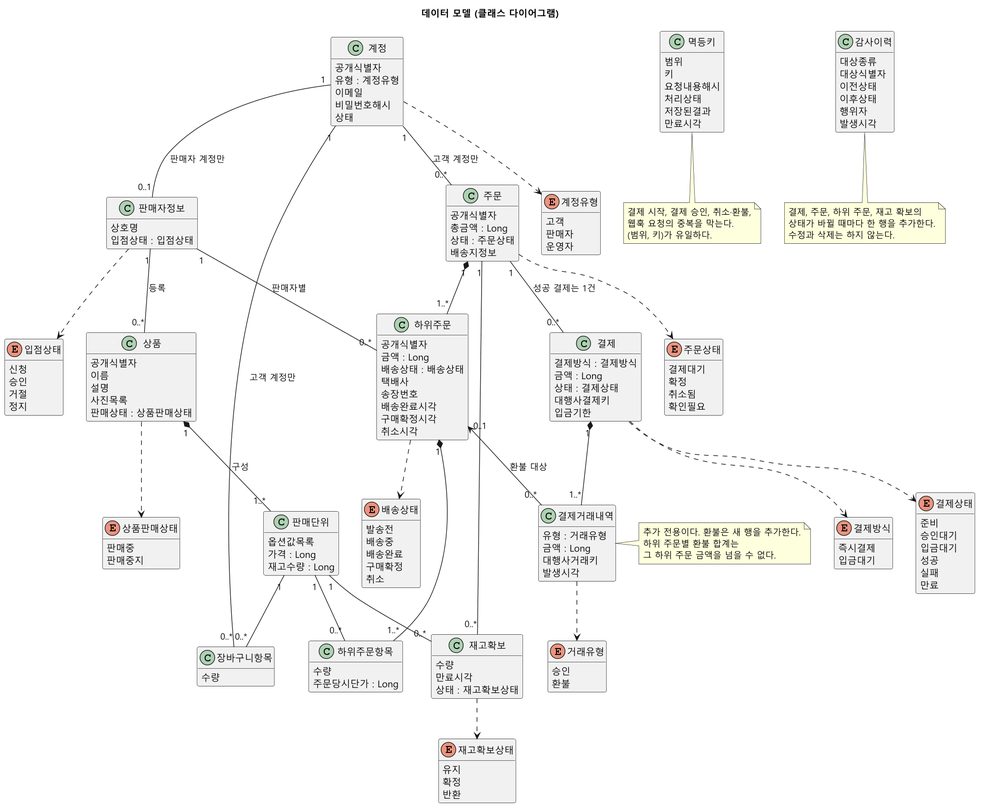
parknahyun/shopflow keeps this PlantUML diagram as specs/001-multiseller-commerce-core/diagrams/data-model-class.png. Above is the earlier version. Its diagram source:
```plantuml
@startuml
skinparam defaultFontName "Malgun Gothic"
skinparam dpi 130
title 데이터 모델 (클래스 다이어그램)

skinparam shadowing false
skinparam classAttributeIconSize 0
hide empty methods

  class 계정 {
    공개식별자
    유형 : 계정유형
    이메일
    비밀번호해시
    상태
  }
  class 판매자정보 {
    상호명
    입점상태 : 입점상태
  }

  class 상품 {
    공개식별자
    이름
    설명
    사진목록
    판매상태 : 상품판매상태
  }
  class 판매단위 {
    옵션값목록
    가격 : Long
    재고수량 : Long
  }

  class 장바구니항목 {
    수량
  }
  class 주문 {
    공개식별자
    총금액 : Long
    상태 : 주문상태
    배송지정보
  }
  class 하위주문 {
    공개식별자
    금액 : Long
    배송상태 : 배송상태
    택배사
    송장번호
    배송완료시각
    구매확정시각
    취소시각
  }
  class 하위주문항목 {
    수량
    주문당시단가 : Long
  }
  class 재고확보 {
    수량
    만료시각
    상태 : 재고확보상태
  }

  class 결제 {
    결제방식 : 결제방식
    금액 : Long
    상태 : 결제상태
    대행사결제키
    입금기한
  }
  class 결제거래내역 {
    유형 : 거래유형
    금액 : Long
    대행사거래키
    발생시각
  }
  class 멱등키 {
    범위
    키
    요청내용해시
    처리상태
    저장된결과
    만료시각
  }
  class 감사이력 {
    대상종류
    대상식별자
    이전상태
    이후상태
    행위자
    발생시각
  }

  enum 계정유형 {
    고객
    판매자
    운영자
  }
  enum 입점상태 {
    신청
    승인
    거절
    정지
  }
  enum 상품판매상태 {
    판매중
    판매중지
  }
  enum 주문상태 {
    결제대기
    확정
    취소됨
    확인필요
  }
  enum 배송상태 {
    발송전
    배송중
    배송완료
    구매확정
    취소
  }
  enum 재고확보상태 {
    유지
    확정
    반환
  }
  enum 결제방식 {
    즉시결제
    입금대기
  }
  enum 결제상태 {
    준비
    승인대기
    입금대기
    성공
    실패
    만료
  }
  enum 거래유형 {
    승인
    환불
  }

계정 ..> 계정유형
판매자정보 ..> 입점상태
상품 ..> 상품판매상태
주문 ..> 주문상태
하위주문 ..> 배송상태
재고확보 ..> 재고확보상태
결제 ..> 결제방식
결제 ..> 결제상태
결제거래내역 ..> 거래유형

계정 "1" -- "0..1" 판매자정보 : 판매자 계정만
판매자정보 "1" -- "0..*" 상품 : 등록
상품 "1" *-- "1..*" 판매단위 : 구성
계정 "1" -- "0..*" 장바구니항목 : 고객 계정만
판매단위 "1" -- "0..*" 장바구니항목
계정 "1" -- "0..*" 주문 : 고객 계정만
주문 "1" *-- "1..*" 하위주문
판매자정보 "1" -- "0..*" 하위주문 : 판매자별
하위주문 "1" *-- "1..*" 하위주문항목
판매단위 "1" -- "0..*" 하위주문항목
주문 "1" -- "0..*" 재고확보
판매단위 "1" -- "0..*" 재고확보
주문 "1" -- "0..*" 결제 : 성공 결제는 1건
결제 "1" *-- "1..*" 결제거래내역
하위주문 "0..1" <-- "0..*" 결제거래내역 : 환불 대상

note bottom of 멱등키
  결제 시작, 결제 승인, 취소·환불,
  웹훅 요청의 중복을 막는다.
  (범위, 키)가 유일하다.
end note

note bottom of 감사이력
  결제, 주문, 하위 주문, 재고 확보의
  상태가 바뀔 때마다 한 행을 추가한다.
  수정과 삭제는 하지 않는다.
end note

note right of 결제거래내역
  추가 전용이다. 환불은 새 행을 추가한다.
  하위 주문별 환불 합계는
  그 하위 주문 금액을 넘을 수 없다.
end note
@enduml
```
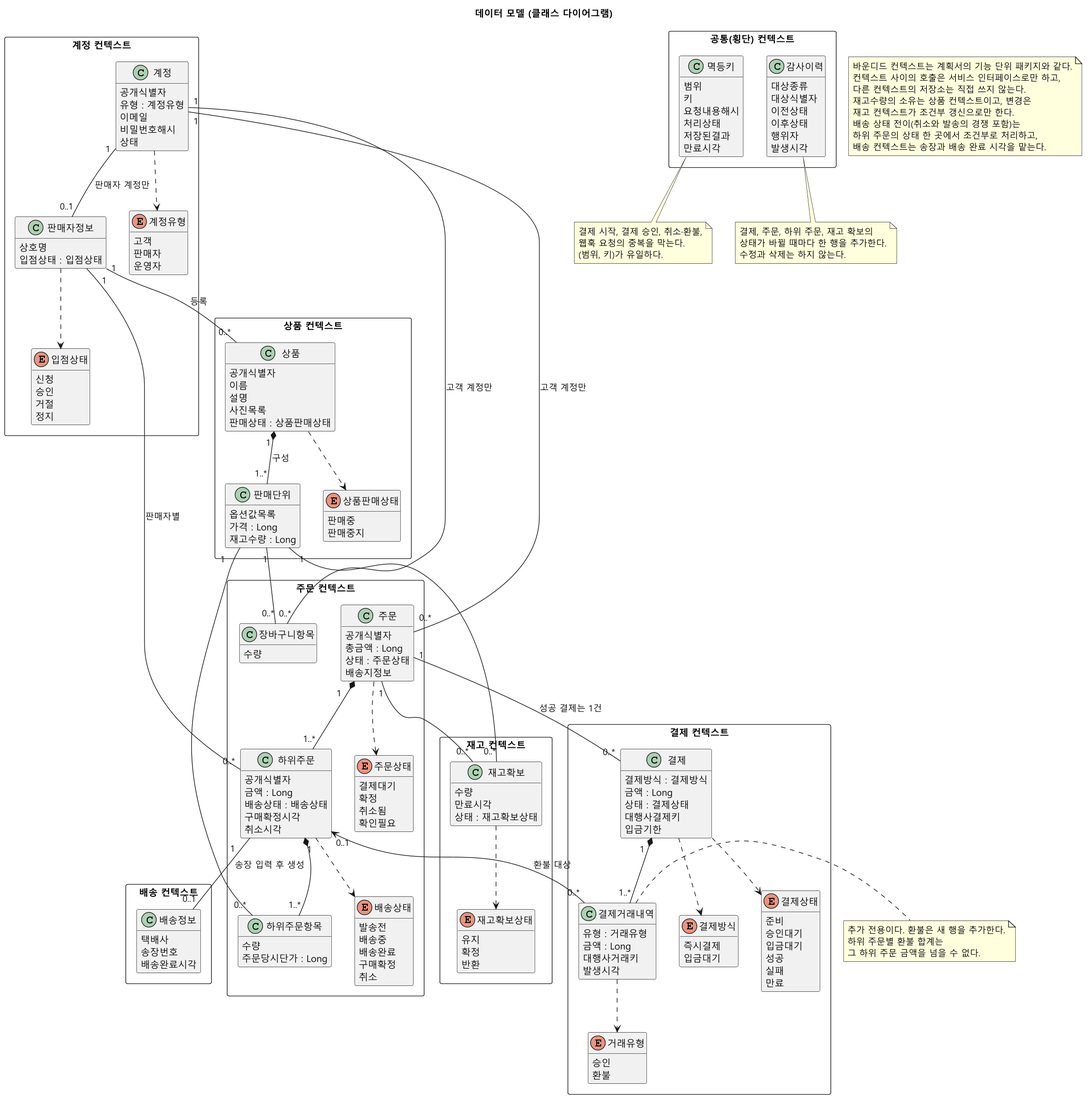
The same diagram one commit later.

Commit message:
docs: 데이터 모델과 계획서를 바운디드 컨텍스트 분할에 맞춤

The edit, as a diff of the source:
```diff
@@ -7,139 +7,162 @@
 skinparam classAttributeIconSize 0
 hide empty methods
 
-  class 계정 {
-    공개식별자
-    유형 : 계정유형
-    이메일
-    비밀번호해시
-    상태
-  }
-  class 판매자정보 {
-    상호명
-    입점상태 : 입점상태
-  }
 
-  class 상품 {
-    공개식별자
-    이름
-    설명
-    사진목록
-    판매상태 : 상품판매상태
-  }
-  class 판매단위 {
-    옵션값목록
-    가격 : Long
-    재고수량 : Long
-  }
 
-  class 장바구니항목 {
-    수량
-  }
-  class 주문 {
-    공개식별자
-    총금액 : Long
-    상태 : 주문상태
-    배송지정보
-  }
-  class 하위주문 {
-    공개식별자
-    금액 : Long
-    배송상태 : 배송상태
-    택배사
-    송장번호
-    배송완료시각
-    구매확정시각
-    취소시각
-  }
-  class 하위주문항목 {
-    수량
-    주문당시단가 : Long
-  }
-  class 재고확보 {
-    수량
-    만료시각
-    상태 : 재고확보상태
-  }
 
-  class 결제 {
-    결제방식 : 결제방식
-    금액 : Long
-    상태 : 결제상태
-    대행사결제키
-    입금기한
-  }
-  class 결제거래내역 {
-    유형 : 거래유형
-    금액 : Long
-    대행사거래키
-    발생시각
-  }
-  class 멱등키 {
-    범위
-    키
-    요청내용해시
-    처리상태
-    저장된결과
-    만료시각
-  }
-  class 감사이력 {
-    대상종류
-    대상식별자
-    이전상태
-    이후상태
-    행위자
-    발생시각
-  }
 
-  enum 계정유형 {
-    고객
-    판매자
-    운영자
-  }
-  enum 입점상태 {
-    신청
-    승인
-    거절
-    정지
-  }
-  enum 상품판매상태 {
-    판매중
-    판매중지
-  }
-  enum 주문상태 {
-    결제대기
-    확정
-    취소됨
-    확인필요
-  }
-  enum 배송상태 {
-    발송전
-    배송중
-    배송완료
-    구매확정
-    취소
-  }
-  enum 재고확보상태 {
-    유지
-    확정
-    반환
-  }
-  enum 결제방식 {
-    즉시결제
-    입금대기
-  }
-  enum 결제상태 {
-    준비
-    승인대기
-    입금대기
-    성공
-    실패
-    만료
-  }
-  enum 거래유형 {
-    승인
-    환불
-  }
+
+rectangle "계정 컨텍스트" {
+    class 계정 {
+      공개식별자
+      유형 : 계정유형
+      이메일
+      비밀번호해시
+      상태
+    }
+    class 판매자정보 {
+      상호명
+      입점상태 : 입점상태
+    }
+    enum 계정유형 {
+      고객
+      판매자
+      운영자
+    }
+    enum 입점상태 {
+      신청
+      승인
+      거절
+      정지
+    }
+}
+
+rectangle "상품 컨텍스트" {
+    class 상품 {
+      공개식별자
+      이름
+      설명
+      사진목록
+      판매상태 : 상품판매상태
+    }
+    class 판매단위 {
+      옵션값목록
+      가격 : Long
+      재고수량 : Long
+    }
+    enum 상품판매상태 {
+      판매중
+      판매중지
+    }
+}
+
+rectangle "재고 컨텍스트" {
+    class 재고확보 {
+      수량
+      만료시각
+      상태 : 재고확보상태
+    }
+    enum 재고확보상태 {
+      유지
+      확정
+      반환
+    }
+}
+
+rectangle "주문 컨텍스트" {
+    class 장바구니항목 {
+      수량
+    }
+    class 주문 {
+      공개식별자
+      총금액 : Long
+      상태 : 주문상태
+      배송지정보
+    }
+    class 하위주문 {
+      공개식별자
+      금액 : Long
+      배송상태 : 배송상태
+      구매확정시각
+      취소시각
+    }
+    class 하위주문항목 {
+      수량
+      주문당시단가 : Long
+    }
+    enum 주문상태 {
+      결제대기
+      확정
+      취소됨
+      확인필요
+    }
+    enum 배송상태 {
+      발송전
+      배송중
+      배송완료
+      구매확정
+      취소
+    }
+}
+
+rectangle "배송 컨텍스트" {
+    class 배송정보 {
+      택배사
+      송장번호
+      배송완료시각
+    }
+}
+rectangle "결제 컨텍스트" {
+    class 결제 {
+      결제방식 : 결제방식
+      금액 : Long
+      상태 : 결제상태
+      대행사결제키
+      입금기한
+    }
+    class 결제거래내역 {
+      유형 : 거래유형
+      금액 : Long
+      대행사거래키
+      발생시각
+    }
+    enum 결제방식 {
+      즉시결제
+      입금대기
+    }
+    enum 결제상태 {
+      준비
+      승인대기
+      입금대기
+      성공
+      실패
+      만료
+    }
+    enum 거래유형 {
+      승인
+      환불
+    }
+}
+
+rectangle "공통(횡단) 컨텍스트" {
+    class 멱등키 {
+      범위
+      키
+      요청내용해시
+      처리상태
+      저장된결과
+      만료시각
+    }
+    class 감사이력 {
+      대상종류
+      대상식별자
+      이전상태
+      이후상태
+      행위자
+      발생시각
+    }
+}
+
 
 계정 ..> 계정유형
 판매자정보 ..> 입점상태
@@ -158,6 +181,7 @@
 판매단위 "1" -- "0..*" 장바구니항목
 계정 "1" -- "0..*" 주문 : 고객 계정만
 주문 "1" *-- "1..*" 하위주문
+하위주문 "1" -- "0..1" 배송정보 : 송장 입력 후 생성
 판매자정보 "1" -- "0..*" 하위주문 : 판매자별
 하위주문 "1" *-- "1..*" 하위주문항목
 판매단위 "1" -- "0..*" 하위주문항목
@@ -184,4 +208,15 @@
   하위 주문별 환불 합계는
   그 하위 주문 금액을 넘을 수 없다.
 end note
+
+note as N_Context
+  바운디드 컨텍스트는 계획서의 기능 단위 패키지와 같다.
+  컨텍스트 사이의 호출은 서비스 인터페이스로만 하고,
+  다른 컨텍스트의 저장소는 직접 쓰지 않는다.
+  재고수량의 소유는 상품 컨텍스트이고, 변경은
+  재고 컨텍스트가 조건부 갱신으로만 한다.
+  배송 상태 전이(취소와 발송의 경쟁 포함)는
+  하위 주문의 상태 한 곳에서 조건부로 처리하고,
+  배송 컨텍스트는 송장과 배송 완료 시각을 맡는다.
+end note
 @enduml
```
